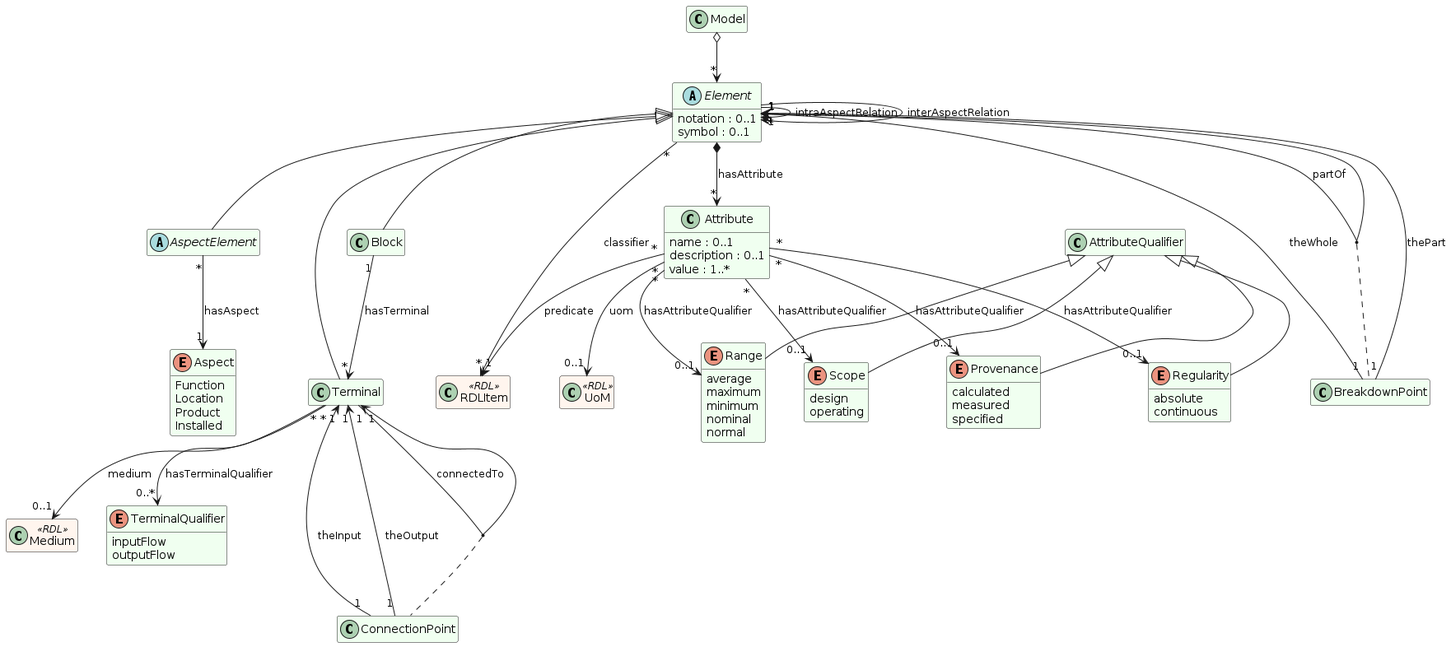
Earlier version of the PlantUML export out/owl/imf-ontology.png (imf-lab/imf-ontology-semweb).
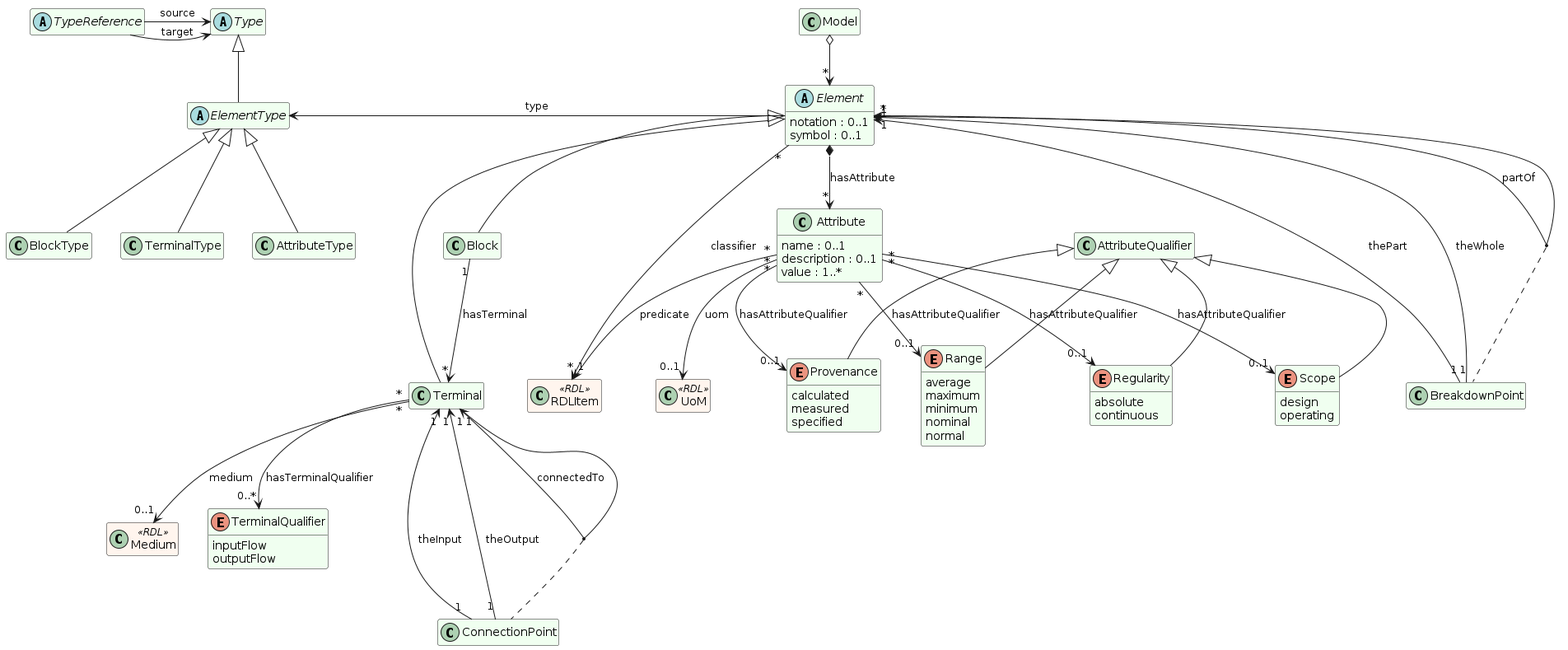
Later version of the same file.

The edit, as a diff of the source:
```diff
@@ -24,32 +24,7 @@
 
 Model o--> "*" Element
 
-hide empty members
 
-skinparam class {
- BackgroundColor HoneyDew
- BackgroundColor<< RDL >> SeaShell
- BackgroundColor<< Type >> LightCyan
-}
-
-
-
-abstract class AspectElement
-abstract class Element
-
-Element <|-- AspectElement
-
-enum Aspect {
-  Function
-  Location
-  Product
-  Installed
-}
-
-AspectElement "*" --> "1" Aspect : hasAspect
-
-Element --> Element : intraAspectRelation
-Element --> Element : interAspectRelation
 
 hide empty members
 
@@ -163,4 +138,33 @@
   operating
 }
 
+hide empty members
+
+skinparam class {
+ BackgroundColor HoneyDew
+ BackgroundColor<< RDL >> SeaShell
+ BackgroundColor<< Type >> LightCyan
+}
+
+
+
+abstract class Type
+abstract class ElementType
+
+ElementType <- Element : type
+
+class BlockType
+class TerminalType
+class AttributeType
+
+abstract class TypeReference
+
+Type <|-- ElementType
+ElementType <|-- BlockType
+ElementType <|-- TerminalType
+ElementType <|-- AttributeType
+
+TypeReference -> Type : source
+TypeReference -> Type : target
+
 @enduml
```
